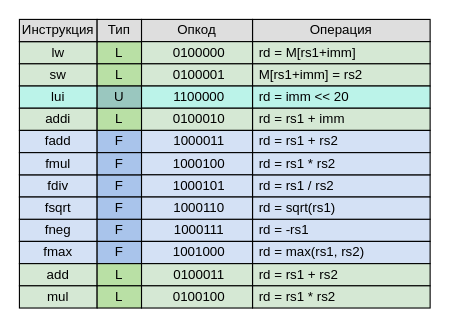
HaMeNopeDiot/hardware_gpu keeps this draw.io diagram as docs/starukhin_dissertation/images/svg/isa_set_table.drawio. Above is the earlier version. Source tidied: cells renumbered, new cells numbered last; positions are measured from the earlier drawing's top-left corner, leaving out a move shared by most shapes. Both pictures are drawn from the tidied source at 111%, with x=0, y=0 at pixel (19, 19).
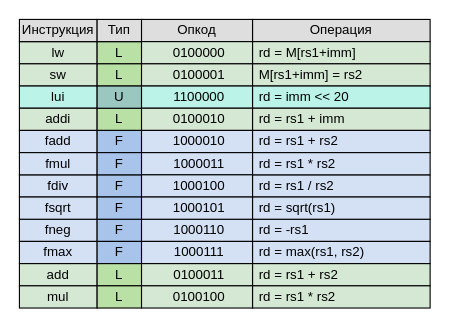
After the change.

Diff of the diagram source:
```diff
@@
-    <mxCell id="46" value="1000011" style="rounded=0;whiteSpace=wrap;html=1;fillColor=#D4E1F5;convertToSvg=1;align=center;spacingLeft=4;spacing=0;" parent="1" vertex="1">
+    <mxCell id="46" value="1000010" style="rounded=0;whiteSpace=wrap;html=1;fillColor=#D4E1F5;convertToSvg=1;align=center;spacingLeft=4;spacing=0;" parent="1" vertex="1">
       <mxGeometry x="110" y="100" width="100" height="20" as="geometry" />
     </mxCell>
-    <mxCell id="47" value="&lt;span style=&quot;text-wrap-mode: nowrap;&quot;&gt;1000100&lt;/span&gt;" style="rounded=0;whiteSpace=wrap;html=1;fillColor=#D4E1F5;convertToSvg=1;align=center;spacingLeft=4;spacing=0;" parent="1" vertex="1">
+    <mxCell id="47" value="&lt;span style=&quot;text-wrap-mode: nowrap;&quot;&gt;1000011&lt;/span&gt;" style="rounded=0;whiteSpace=wrap;html=1;fillColor=#D4E1F5;convertToSvg=1;align=center;spacingLeft=4;spacing=0;" parent="1" vertex="1">
       <mxGeometry x="110" y="120" width="100" height="20" as="geometry" />
     </mxCell>
-    <mxCell id="48" value="&lt;span style=&quot;text-wrap-mode: nowrap;&quot;&gt;1000101&lt;/span&gt;" style="rounded=0;whiteSpace=wrap;html=1;fillColor=#D4E1F5;convertToSvg=1;align=center;spacingLeft=4;spacing=0;" parent="1" vertex="1">
+    <mxCell id="48" value="&lt;span style=&quot;text-wrap-mode: nowrap;&quot;&gt;1000100&lt;/span&gt;" style="rounded=0;whiteSpace=wrap;html=1;fillColor=#D4E1F5;convertToSvg=1;align=center;spacingLeft=4;spacing=0;" parent="1" vertex="1">
       <mxGeometry x="110" y="140" width="100" height="20" as="geometry" />
     </mxCell>
-    <mxCell id="49" value="&lt;span style=&quot;text-wrap-mode: nowrap;&quot;&gt;1000111&lt;/span&gt;" style="rounded=0;whiteSpace=wrap;html=1;fillColor=#D4E1F5;convertToSvg=1;align=center;spacingLeft=4;spacing=0;" parent="1" vertex="1">
+    <mxCell id="49" value="&lt;span style=&quot;text-wrap-mode: nowrap;&quot;&gt;1000110&lt;/span&gt;" style="rounded=0;whiteSpace=wrap;html=1;fillColor=#D4E1F5;convertToSvg=1;align=center;spacingLeft=4;spacing=0;" parent="1" vertex="1">
       <mxGeometry x="110" y="180" width="100" height="20" as="geometry" />
     </mxCell>
-    <mxCell id="50" value="&lt;span style=&quot;text-wrap-mode: nowrap;&quot;&gt;1000110&lt;/span&gt;" style="rounded=0;whiteSpace=wrap;html=1;fillColor=#D4E1F5;convertToSvg=1;align=center;spacingLeft=4;spacing=0;" parent="1" vertex="1">
+    <mxCell id="50" value="&lt;span style=&quot;text-wrap-mode: nowrap;&quot;&gt;1000101&lt;/span&gt;" style="rounded=0;whiteSpace=wrap;html=1;fillColor=#D4E1F5;convertToSvg=1;align=center;spacingLeft=4;spacing=0;" parent="1" vertex="1">
       <mxGeometry x="110" y="160" width="100" height="20" as="geometry" />
     </mxCell>
-    <mxCell id="51" value="&lt;span style=&quot;text-wrap-mode: nowrap;&quot;&gt;1001000&lt;/span&gt;" style="rounded=0;whiteSpace=wrap;html=1;fillColor=#D4E1F5;convertToSvg=1;align=center;spacingLeft=4;spacing=0;" parent="1" vertex="1">
+    <mxCell id="51" value="&lt;span style=&quot;text-wrap-mode: nowrap;&quot;&gt;1000111&lt;/span&gt;" style="rounded=0;whiteSpace=wrap;html=1;fillColor=#D4E1F5;convertToSvg=1;align=center;spacingLeft=4;spacing=0;" parent="1" vertex="1">
       <mxGeometry x="110" y="200" width="100" height="20" as="geometry" />
     </mxCell>
```
